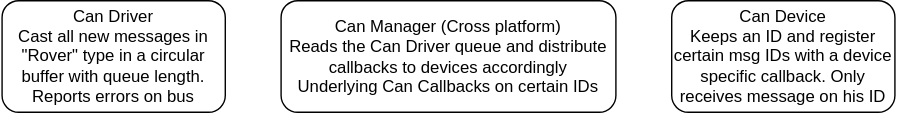
Before: doc/prog/projects/can/canbus-flow.svg, a diagram exported from draw.io (robotique-udes/rover_documentation). Source tidied: cells renumbered, new cells last; positions are measured from the earlier drawing's top-left corner, leaving out a move shared by most shapes. Its diagram source:
```xml
<mxGraphModel>
  <root>
    <mxCell id="0" />
    <mxCell id="1" parent="0" />
    <mxCell id="2" value="Can Driver&lt;div&gt;Cast all new messages in &quot;Rover&quot; type in a circular buffer with queue length. Reports errors on bus&lt;/div&gt;" style="rounded=1;whiteSpace=wrap;html=1;" parent="1" vertex="1">
      <mxGeometry width="160" height="80" as="geometry" />
    </mxCell>
    <mxCell id="3" value="Can Manager (Cross platform)&lt;div&gt;Reads the Can Driver queue and distribute callbacks to devices accordingly&lt;/div&gt;&lt;div&gt;Underlying Can Callbacks on certain IDs&lt;br&gt;&lt;/div&gt;" style="rounded=1;whiteSpace=wrap;html=1;" parent="1" vertex="1">
      <mxGeometry x="200" width="240" height="80" as="geometry" />
    </mxCell>
    <mxCell id="4" value="Can Device&lt;br&gt;Keeps an ID and register certain msg IDs with a device specific callback. Only receives message on his ID" style="rounded=1;whiteSpace=wrap;html=1;" parent="1" vertex="1">
      <mxGeometry x="480" width="160" height="80" as="geometry" />
    </mxCell>
  </root>
</mxGraphModel>
```
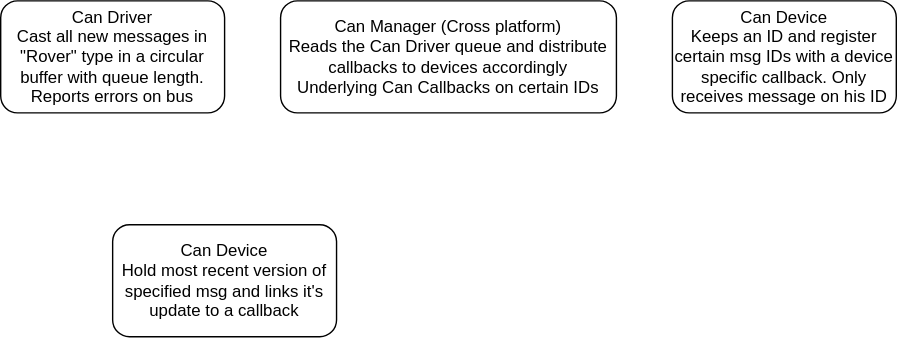
The same file after the commit.

Diff of the diagram source:
```diff
@@ -11,5 +11,8 @@
     <mxCell id="4" value="Can Device&lt;br&gt;Keeps an ID and register certain msg IDs with a device specific callback. Only receives message on his ID" style="rounded=1;whiteSpace=wrap;html=1;" parent="1" vertex="1">
       <mxGeometry x="480" width="160" height="80" as="geometry" />
     </mxCell>
+    <mxCell id="5" value="Can Device&lt;div&gt;Hold most recent version of specified msg and links it's update to a callback&lt;/div&gt;" style="rounded=1;whiteSpace=wrap;html=1;" parent="1" vertex="1">
+      <mxGeometry x="80" y="160" width="160" height="80" as="geometry" />
+    </mxCell>
   </root>
 </mxGraphModel>
```
